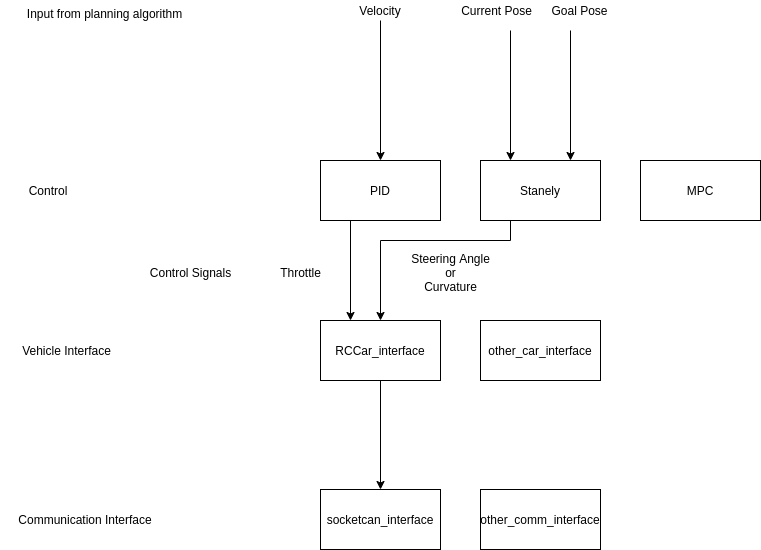
Before: source/resources/vehicle_interface.png, a diagram exported from draw.io (autonomous-framework/docs). Source tidied: cells renumbered, new cells last; positions are measured from the earlier drawing's top-left corner, leaving out a move shared by most shapes. The source it was exported from:
```xml
<mxGraphModel>
  <root>
    <mxCell id="0" />
    <mxCell id="1" parent="0" />
    <mxCell id="2" value="socketcan_interface" style="rounded=0;whiteSpace=wrap;html=1;" parent="1" vertex="1">
      <mxGeometry x="320" y="489" width="120" height="60" as="geometry" />
    </mxCell>
    <mxCell id="3" value="Communication Interface" style="text;html=1;strokeColor=none;fillColor=none;align=center;verticalAlign=middle;whiteSpace=wrap;rounded=0;" parent="1" vertex="1">
      <mxGeometry y="509" width="170" height="20" as="geometry" />
    </mxCell>
    <mxCell id="4" value="RCCar_interface" style="rounded=0;whiteSpace=wrap;html=1;" parent="1" vertex="1">
      <mxGeometry x="320" y="320" width="120" height="60" as="geometry" />
    </mxCell>
    <mxCell id="5" value="other_car_interface" style="rounded=0;whiteSpace=wrap;html=1;" parent="1" vertex="1">
      <mxGeometry x="480" y="320" width="120" height="60" as="geometry" />
    </mxCell>
    <mxCell id="6" value="other_comm_interface" style="rounded=0;whiteSpace=wrap;html=1;" parent="1" vertex="1">
      <mxGeometry x="480" y="489" width="120" height="60" as="geometry" />
    </mxCell>
    <mxCell id="7" value="Vehicle Interface" style="text;html=1;strokeColor=none;fillColor=none;align=center;verticalAlign=middle;whiteSpace=wrap;rounded=0;" parent="1" vertex="1">
      <mxGeometry x="16" y="340" width="101" height="20" as="geometry" />
    </mxCell>
    <mxCell id="8" value="Control" style="text;html=1;strokeColor=none;fillColor=none;align=center;verticalAlign=middle;whiteSpace=wrap;rounded=0;" parent="1" vertex="1">
      <mxGeometry x="28" y="180" width="40" height="20" as="geometry" />
    </mxCell>
    <mxCell id="9" value="PID" style="rounded=0;whiteSpace=wrap;html=1;" parent="1" vertex="1">
      <mxGeometry x="320" y="160" width="120" height="60" as="geometry" />
    </mxCell>
    <mxCell id="10" style="edgeStyle=orthogonalEdgeStyle;rounded=0;jettySize=auto;html=1;exitX=0.25;exitY=1;exitDx=0;exitDy=0;entryX=0.5;entryY=0;entryDx=0;entryDy=0;" parent="1" edge="1" source="11" target="4">
      <mxGeometry relative="1" as="geometry">
        <Array as="points">
          <mxPoint x="510" y="240" />
          <mxPoint x="380" y="240" />
        </Array>
      </mxGeometry>
    </mxCell>
    <mxCell id="11" value="Stanely" style="rounded=0;whiteSpace=wrap;html=1;" parent="1" vertex="1">
      <mxGeometry x="480" y="160" width="120" height="60" as="geometry" />
    </mxCell>
    <mxCell id="12" value="MPC" style="rounded=0;whiteSpace=wrap;html=1;" parent="1" vertex="1">
      <mxGeometry x="640" y="160" width="120" height="60" as="geometry" />
    </mxCell>
    <mxCell id="13" value="Velocity" style="text;html=1;strokeColor=none;fillColor=none;align=center;verticalAlign=middle;whiteSpace=wrap;rounded=0;" parent="1" vertex="1">
      <mxGeometry x="360" width="40" height="20" as="geometry" />
    </mxCell>
    <mxCell id="14" style="endArrow=classic;html=1;exitX=0.5;exitY=1;exitDx=0;exitDy=0;entryX=0.5;entryY=0;entryDx=0;entryDy=0;" parent="1" edge="1" source="13" target="9">
      <mxGeometry relative="1" as="geometry" />
    </mxCell>
    <mxCell id="15" value="Current Pose" style="text;html=1;align=center;verticalAlign=middle;strokeColor=none;" parent="1" vertex="1">
      <mxGeometry x="451" width="90" height="20" as="geometry" />
    </mxCell>
    <mxCell id="16" value="Goal Pose" style="text;html=1;align=center;verticalAlign=middle;strokeColor=none;" parent="1" vertex="1">
      <mxGeometry x="544" width="70" height="20" as="geometry" />
    </mxCell>
    <mxCell id="17" style="endArrow=classic;html=1;entryX=0.75;entryY=0;entryDx=0;entryDy=0;" parent="1" edge="1" target="11">
      <mxGeometry relative="1" as="geometry">
        <mxPoint x="570" y="30" as="sourcePoint" />
      </mxGeometry>
    </mxCell>
    <mxCell id="18" style="endArrow=classic;html=1;entryX=0.25;entryY=0;entryDx=0;entryDy=0;" parent="1" edge="1" target="11">
      <mxGeometry relative="1" as="geometry">
        <mxPoint x="510" y="30" as="sourcePoint" />
      </mxGeometry>
    </mxCell>
    <mxCell id="19" style="endArrow=classic;html=1;exitX=0.25;exitY=1;exitDx=0;exitDy=0;entryX=0.25;entryY=0;entryDx=0;entryDy=0;" parent="1" edge="1" source="9" target="4">
      <mxGeometry relative="1" as="geometry" />
    </mxCell>
    <mxCell id="20" value="Throttle" style="text;html=1;align=center;verticalAlign=middle;strokeColor=none;" parent="1" vertex="1">
      <mxGeometry x="270" y="262" width="60" height="20" as="geometry" />
    </mxCell>
    <mxCell id="21" value="Steering Angle&lt;br&gt;or&lt;br&gt;Curvature" style="text;html=1;align=center;verticalAlign=middle;strokeColor=none;" parent="1" vertex="1">
      <mxGeometry x="405" y="247" width="90" height="50" as="geometry" />
    </mxCell>
    <mxCell id="22" style="endArrow=classic;html=1;exitX=0.5;exitY=1;exitDx=0;exitDy=0;entryX=0.5;entryY=0;entryDx=0;entryDy=0;" parent="1" edge="1" source="4" target="2">
      <mxGeometry relative="1" as="geometry" />
    </mxCell>
    <mxCell id="23" value="Input from planning algorithm" style="text;html=1;align=center;verticalAlign=middle;strokeColor=none;" parent="1" vertex="1">
      <mxGeometry x="19" y="3" width="170" height="20" as="geometry" />
    </mxCell>
    <mxCell id="24" value="Control Signals" style="text;html=1;align=center;verticalAlign=middle;strokeColor=none;" parent="1" vertex="1">
      <mxGeometry x="140" y="262" width="100" height="20" as="geometry" />
    </mxCell>
  </root>
</mxGraphModel>
```
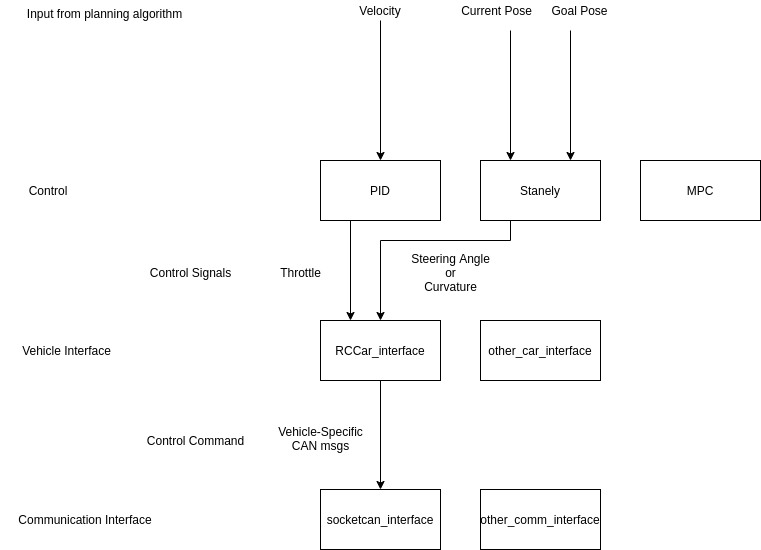
After the change.

Change to the diagram source:
```diff
@@ -80,5 +80,11 @@
     <mxCell id="24" value="Control Signals" style="text;html=1;align=center;verticalAlign=middle;strokeColor=none;" parent="1" vertex="1">
       <mxGeometry x="140" y="262" width="100" height="20" as="geometry" />
     </mxCell>
+    <mxCell id="25" value="Control Command" style="text;html=1;align=center;verticalAlign=middle;strokeColor=none;" parent="1" vertex="1">
+      <mxGeometry x="140" y="430" width="110" height="20" as="geometry" />
+    </mxCell>
+    <mxCell id="26" value="Vehicle-Specific&lt;br&gt;CAN msgs" style="text;html=1;align=center;verticalAlign=middle;strokeColor=none;" parent="1" vertex="1">
+      <mxGeometry x="270" y="423" width="100" height="30" as="geometry" />
+    </mxCell>
   </root>
 </mxGraphModel>
```
